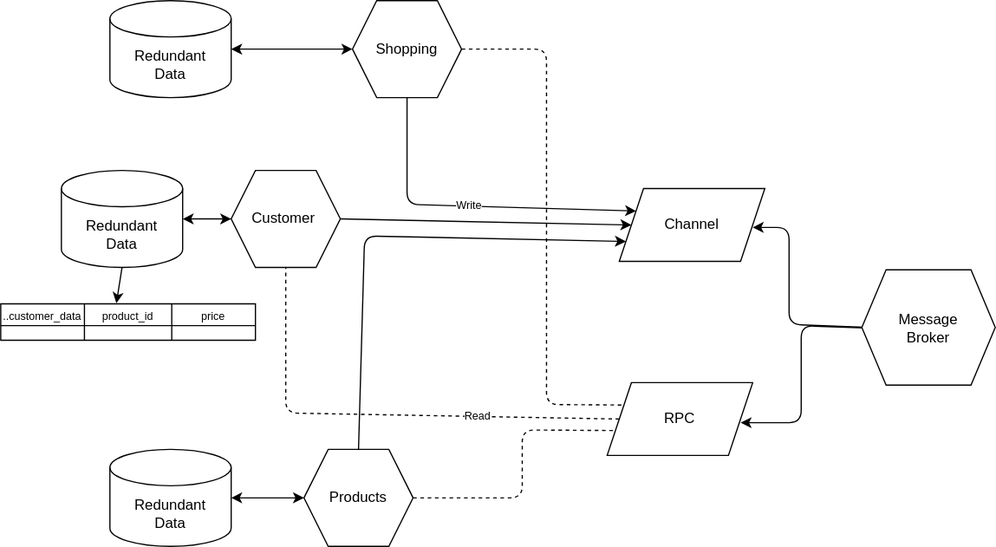
The draw.io diagram project-flow/cqrs.drawio.svg in Shresth72/microservices_architecture_and_deployment, before a commit. Source tidied: cells renumbered, new cells last; positions are measured from the earlier drawing's top-left corner, leaving out a move shared by most shapes.
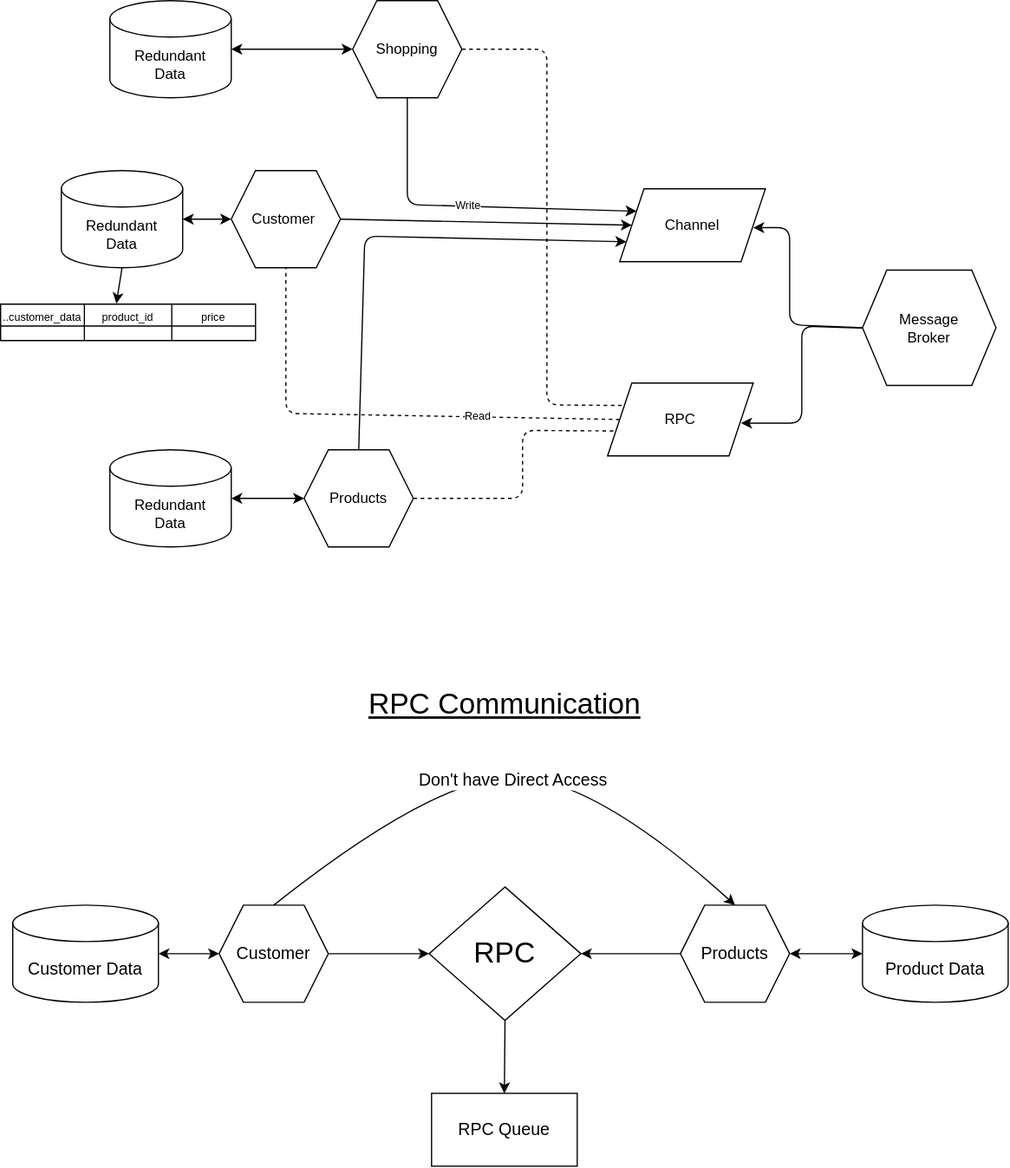
Above is the later version.

Commit message:
rpc communication

Change to the diagram source:
```diff
@@ -136,5 +136,52 @@
         </Array>
       </mxGeometry>
     </mxCell>
+    <mxCell id="34" value="&lt;font style=&quot;font-size: 24px;&quot;&gt;&lt;u&gt;RPC Communication&lt;/u&gt;&lt;/font&gt;" style="text;html=1;align=center;verticalAlign=middle;strokeColor=none;fillColor=none;" parent="1" vertex="1">
+      <mxGeometry x="290" y="560" width="250" height="40" as="geometry" />
+    </mxCell>
+    <mxCell id="35" style="edgeStyle=none;html=1;exitX=0.5;exitY=1;exitDx=0;exitDy=0;entryX=0.5;entryY=0;entryDx=0;entryDy=0;fontSize=14;" parent="1" edge="1" source="36" target="41">
+      <mxGeometry relative="1" as="geometry" />
+    </mxCell>
+    <mxCell id="36" value="RPC" style="rhombus;whiteSpace=wrap;html=1;fontSize=24;" parent="1" vertex="1">
+      <mxGeometry x="353" y="730" width="125" height="110" as="geometry" />
+    </mxCell>
+    <mxCell id="37" style="edgeStyle=none;html=1;exitX=1;exitY=0.5;exitDx=0;exitDy=0;entryX=0;entryY=0.5;entryDx=0;entryDy=0;fontSize=14;" parent="1" edge="1" source="38" target="36">
+      <mxGeometry relative="1" as="geometry" />
+    </mxCell>
+    <mxCell id="38" value="Customer" style="shape=hexagon;perimeter=hexagonPerimeter2;whiteSpace=wrap;html=1;fixedSize=1;fontSize=14;" parent="1" vertex="1">
+      <mxGeometry x="180" y="745" width="90" height="80" as="geometry" />
+    </mxCell>
+    <mxCell id="39" style="edgeStyle=none;html=1;exitX=0;exitY=0.5;exitDx=0;exitDy=0;entryX=1;entryY=0.5;entryDx=0;entryDy=0;fontSize=14;" parent="1" edge="1" source="40" target="36">
+      <mxGeometry relative="1" as="geometry" />
+    </mxCell>
+    <mxCell id="40" value="Products&lt;br&gt;" style="shape=hexagon;perimeter=hexagonPerimeter2;whiteSpace=wrap;html=1;fixedSize=1;fontSize=14;" parent="1" vertex="1">
+      <mxGeometry x="560" y="745" width="90" height="80" as="geometry" />
+    </mxCell>
+    <mxCell id="41" value="RPC Queue" style="rounded=0;whiteSpace=wrap;html=1;fontSize=14;" parent="1" vertex="1">
+      <mxGeometry x="355" y="900" width="120" height="60" as="geometry" />
+    </mxCell>
+    <mxCell id="42" value="Customer Data" style="shape=cylinder3;whiteSpace=wrap;html=1;boundedLbl=1;backgroundOutline=1;size=15;fontSize=14;" parent="1" vertex="1">
+      <mxGeometry x="10" y="745" width="120" height="80" as="geometry" />
+    </mxCell>
+    <mxCell id="43" style="endArrow=classic;startArrow=classic;html=1;fontSize=14;entryX=0;entryY=0.5;entryDx=0;entryDy=0;exitX=1;exitY=0.5;exitDx=0;exitDy=0;exitPerimeter=0;" parent="1" edge="1" source="42" target="38">
+      <mxGeometry relative="1" as="geometry" />
+    </mxCell>
+    <mxCell id="44" value="Product Data" style="shape=cylinder3;whiteSpace=wrap;html=1;boundedLbl=1;backgroundOutline=1;size=15;fontSize=14;" parent="1" vertex="1">
+      <mxGeometry x="710" y="745" width="120" height="80" as="geometry" />
+    </mxCell>
+    <mxCell id="45" style="endArrow=classic;startArrow=classic;html=1;fontSize=14;entryX=0;entryY=0.5;entryDx=0;entryDy=0;entryPerimeter=0;exitX=1;exitY=0.5;exitDx=0;exitDy=0;" parent="1" edge="1" source="40" target="44">
+      <mxGeometry relative="1" as="geometry" />
+    </mxCell>
+    <mxCell id="46" style="curved=1;endArrow=classic;html=1;fontSize=14;exitX=0.5;exitY=0;exitDx=0;exitDy=0;entryX=0.5;entryY=0;entryDx=0;entryDy=0;" parent="1" edge="1" source="38" target="40">
+      <mxGeometry relative="1" as="geometry">
+        <Array as="points">
+          <mxPoint x="370" y="630" />
+          <mxPoint x="500" y="650" />
+        </Array>
+      </mxGeometry>
+    </mxCell>
+    <mxCell id="47" value="Don't have Direct Access" style="edgeLabel;html=1;align=center;verticalAlign=middle;fontSize=14;" parent="46" vertex="1">
+      <mxGeometry x="0.04" y="-3" relative="1" as="geometry" />
+    </mxCell>
   </root>
 </mxGraphModel>
```
